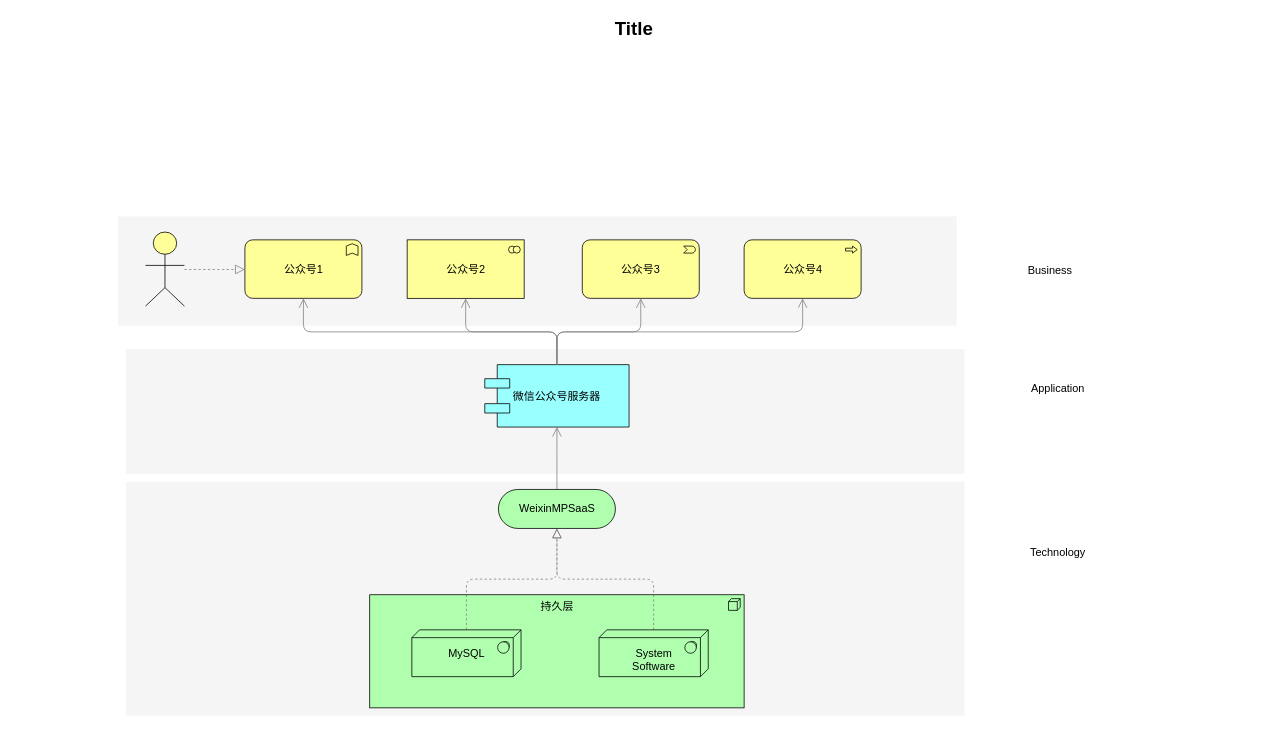
Before: Untitled Diagram.drawio in eden2f/docs, a draw.io diagram. Source tidied: cells renumbered, new cells numbered last; positions are measured from the earlier drawing's top-left corner, leaving out a move shared by most shapes. Both pictures are drawn from the tidied source at 78%, with x=0, y=0 at pixel (13, 13).
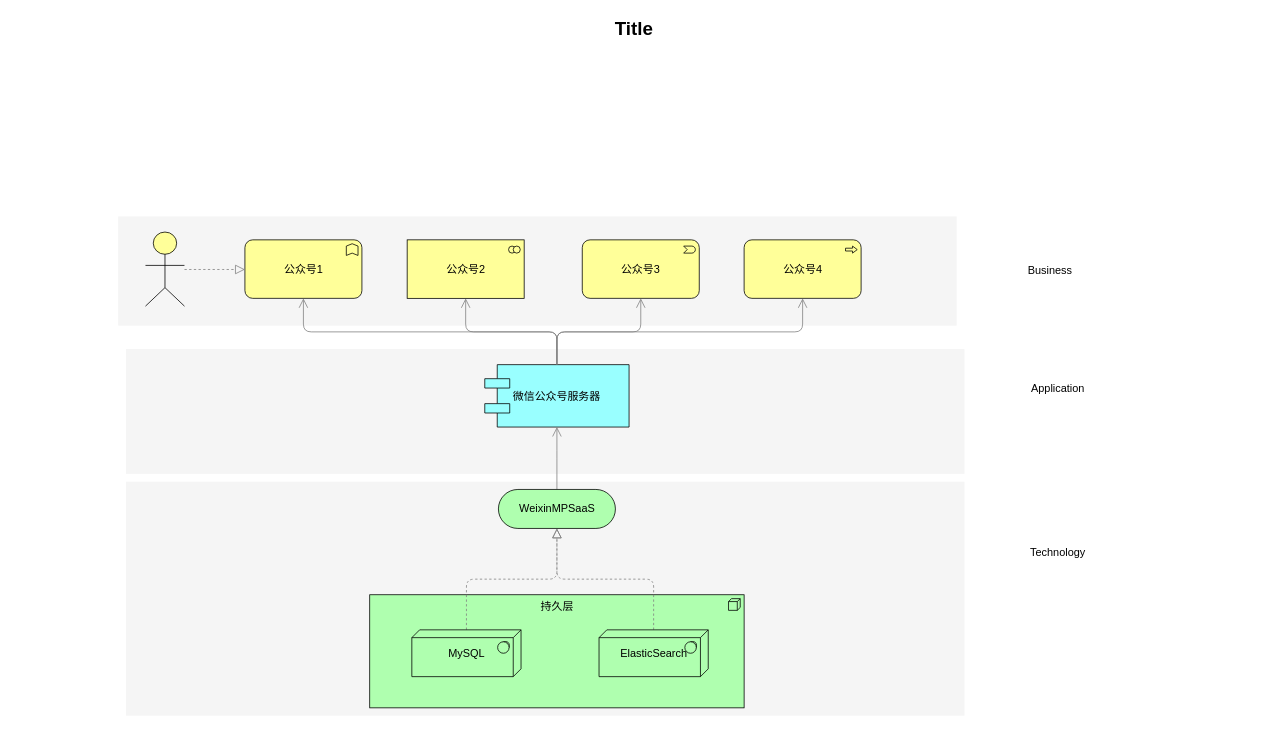
Above is the later version.

Diff of the diagram source:
```diff
@@
-    <mxCell id="9" value="&lt;div&gt;&lt;br&gt;&lt;/div&gt;&lt;div&gt;&lt;span&gt;System&lt;/span&gt;&lt;div&gt;Software&lt;/div&gt;&lt;/div&gt;" style="html=1;whiteSpace=wrap;fillColor=#AFFFAF;shape=mxgraph.archimate3.tech;techType=sysSw;fontSize=14;" parent="1" vertex="1">
+    <mxCell id="9" value="&lt;div&gt;ElasticSearch&lt;/div&gt;" style="html=1;whiteSpace=wrap;fillColor=#AFFFAF;shape=mxgraph.archimate3.tech;techType=sysSw;fontSize=14;" parent="1" vertex="1">
       <mxGeometry x="750.5" y="790" width="140" height="60" as="geometry" />
     </mxCell>
```
